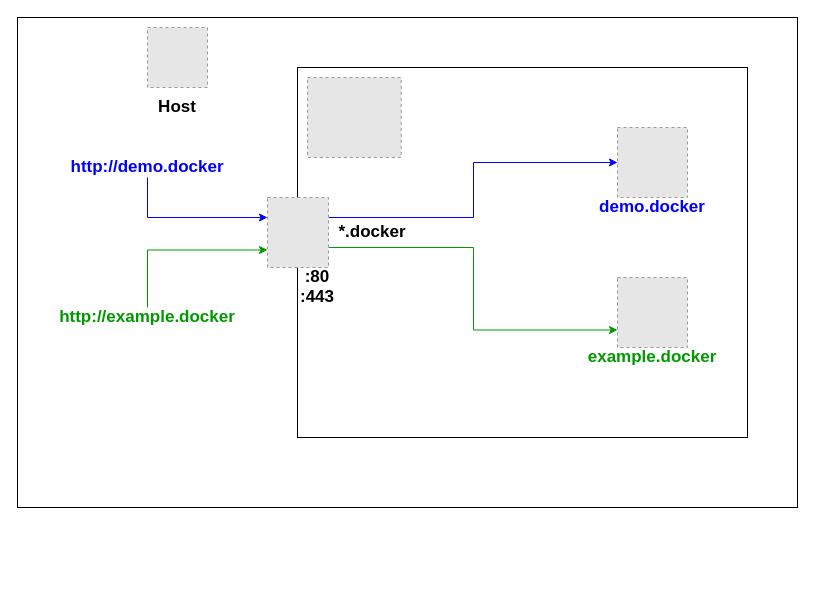
This is images/dns.drawio from adiamante/devutils, a draw.io file, before an edit. Source tidied: cells renumbered, new cells numbered last; positions are measured from the earlier drawing's top-left corner, leaving out a move shared by most shapes. Both pictures are drawn from the tidied source at 100%, with x=0, y=0 at pixel (17, 17). Pictures stored in the file or linked from it are replaced by grey dashed boxes.
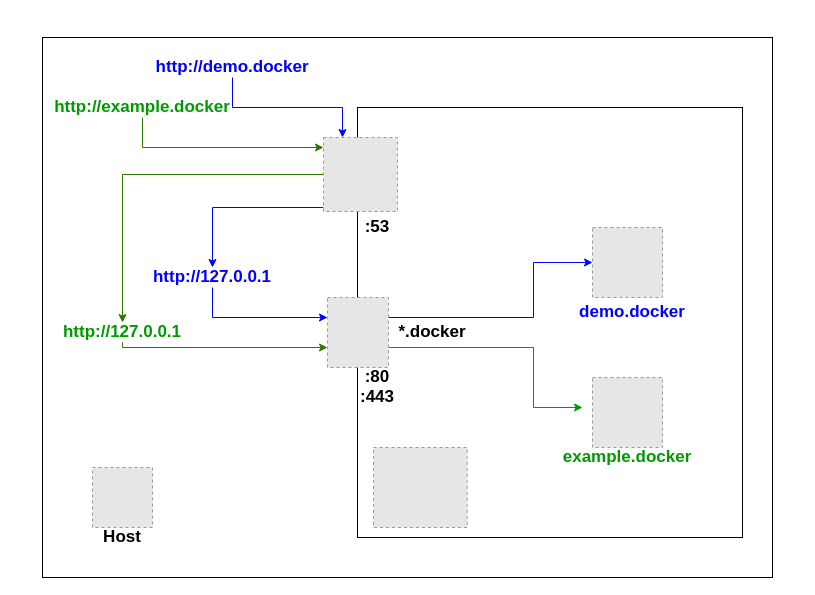
The same diagram, later.

The edit, as a diff of the source:
```diff
@@
     <mxCell id="2" style="rounded=0;whiteSpace=wrap;html=1;fillColor=none;fontColor=#000000;" parent="1" vertex="1">
-      <mxGeometry width="780" height="490" as="geometry" />
+      <mxGeometry x="25" y="20" width="730" height="540" as="geometry" />
     </mxCell>
     <mxCell id="3" style="rounded=0;whiteSpace=wrap;html=1;fillColor=none;fontColor=#000000;" parent="1" vertex="1">
-      <mxGeometry x="280" y="50" width="450" height="370" as="geometry" />
+      <mxGeometry x="340" y="90" width="385" height="430" as="geometry" />
     </mxCell>
     <mxCell id="4" style="fillColor=#E6E6E6;strokeColor=#999999;dashed=1;verticalLabelPosition=bottom;labelBackgroundColor=#ffffff;verticalAlign=top;" parent="1" vertex="1">
-      <mxGeometry x="290" y="60" width="93.7" height="80" as="geometry" />
+      <mxGeometry x="356" y="430" width="93.7" height="80" as="geometry" />
     </mxCell>
     <mxCell id="5" style="fillColor=#E6E6E6;strokeColor=#999999;dashed=1;verticalLabelPosition=bottom;labelBackgroundColor=#ffffff;verticalAlign=top;" parent="1" vertex="1">
-      <mxGeometry x="130" y="10" width="60" height="60" as="geometry" />
+      <mxGeometry x="75" y="450" width="60" height="60" as="geometry" />
     </mxCell>
     <mxCell id="6" value="&lt;b style=&quot;font-size: 17px;&quot;&gt;Host&lt;/b&gt;" style="text;html=1;strokeColor=none;fillColor=none;align=center;verticalAlign=middle;whiteSpace=wrap;rounded=0;fontSize=17;fontColor=#000000;" parent="1" vertex="1">
-      <mxGeometry x="140" y="80" width="40" height="20" as="geometry" />
+      <mxGeometry x="85" y="510" width="40" height="20" as="geometry" />
     </mxCell>
     <mxCell id="7" style="fillColor=#E6E6E6;strokeColor=#999999;dashed=1;verticalLabelPosition=bottom;labelBackgroundColor=#ffffff;verticalAlign=top;" parent="1" vertex="1">
-      <mxGeometry x="600" y="260" width="70" height="70" as="geometry" />
+      <mxGeometry x="575" y="360" width="70" height="70" as="geometry" />
     </mxCell>
     <mxCell id="8" value="&lt;b style=&quot;font-size: 17px&quot;&gt;example.docker&lt;/b&gt;" style="text;html=1;strokeColor=none;fillColor=none;align=center;verticalAlign=middle;whiteSpace=wrap;rounded=0;fontSize=17;fontColor=#009900;" parent="1" vertex="1">
-      <mxGeometry x="615" y="330" width="40" height="20" as="geometry" />
+      <mxGeometry x="590" y="430" width="40" height="20" as="geometry" />
     </mxCell>
     <mxCell id="9" style="fillColor=#E6E6E6;strokeColor=#999999;dashed=1;verticalLabelPosition=bottom;labelBackgroundColor=#ffffff;verticalAlign=top;" parent="1" vertex="1">
-      <mxGeometry x="600" y="110" width="70" height="70" as="geometry" />
+      <mxGeometry x="575" y="210" width="70" height="70" as="geometry" />
     </mxCell>
     <mxCell id="10" value="&lt;b style=&quot;font-size: 17px&quot;&gt;demo.docker&lt;/b&gt;" style="text;html=1;strokeColor=none;fillColor=none;align=center;verticalAlign=middle;whiteSpace=wrap;rounded=0;fontSize=17;fontColor=#0000FF;" parent="1" vertex="1">
-      <mxGeometry x="615" y="180" width="40" height="20" as="geometry" />
+      <mxGeometry x="595" y="285" width="40" height="20" as="geometry" />
     </mxCell>
     <mxCell id="11" value="&lt;b style=&quot;font-size: 17px&quot;&gt;:80&lt;/b&gt;" style="text;html=1;strokeColor=none;fillColor=none;align=center;verticalAlign=middle;whiteSpace=wrap;rounded=0;fontSize=17;fontColor=#000000;" parent="1" vertex="1">
-      <mxGeometry x="280" y="250" width="40" height="20" as="geometry" />
+      <mxGeometry x="340" y="350" width="40" height="20" as="geometry" />
     </mxCell>
     <mxCell id="12" style="edgeStyle=orthogonalEdgeStyle;rounded=0;jettySize=auto;html=1;fontSize=17;fontColor=#FFFFFF;strokeColor=#0000FF;" parent="1" edge="1" source="14" target="9">
       <mxGeometry relative="1" as="geometry">
         <Array as="points">
-          <mxPoint x="456" y="200" />
-          <mxPoint x="456" y="145" />
+          <mxPoint x="516" y="300" />
+          <mxPoint x="516" y="245" />
         </Array>
       </mxGeometry>
     </mxCell>
-    <mxCell id="13" style="edgeStyle=orthogonalEdgeStyle;rounded=0;jettySize=auto;html=1;entryX=0;entryY=0.75;entryDx=0;entryDy=0;fontSize=17;fontColor=#FFFFFF;strokeColor=#009900;" parent="1" edge="1" source="14" target="7">
+    <mxCell id="13" style="edgeStyle=orthogonalEdgeStyle;rounded=0;jettySize=auto;html=1;fontSize=17;fontColor=#FFFFFF;strokeColor=#009900;" parent="1" edge="1" source="14">
       <mxGeometry relative="1" as="geometry">
+        <mxPoint x="565" y="390" as="targetPoint" />
         <Array as="points">
-          <mxPoint x="456" y="230" />
-          <mxPoint x="456" y="312" />
+          <mxPoint x="516" y="330" />
+          <mxPoint x="516" y="390" />
+          <mxPoint x="565" y="390" />
         </Array>
       </mxGeometry>
     </mxCell>
     <mxCell id="14" style="fillColor=#E6E6E6;strokeColor=#999999;dashed=1;verticalLabelPosition=bottom;labelBackgroundColor=#ffffff;verticalAlign=top;" parent="1" vertex="1">
-      <mxGeometry x="250" y="180" width="61" height="70" as="geometry" />
+      <mxGeometry x="310" y="280" width="61" height="70" as="geometry" />
     </mxCell>
     <mxCell id="15" value="&lt;b style=&quot;font-size: 17px&quot;&gt;:443&lt;/b&gt;" style="text;html=1;strokeColor=none;fillColor=none;align=center;verticalAlign=middle;whiteSpace=wrap;rounded=0;fontSize=17;fontColor=#000000;" parent="1" vertex="1">
-      <mxGeometry x="280" y="270" width="40" height="20" as="geometry" />
+      <mxGeometry x="340" y="370" width="40" height="20" as="geometry" />
     </mxCell>
-    <mxCell id="16" style="edgeStyle=orthogonalEdgeStyle;rounded=0;jettySize=auto;html=1;fontSize=17;fontColor=#FFFFFF;strokeColor=#0000FF;" parent="1" edge="1" source="17" target="14">
-      <mxGeometry relative="1" as="geometry">
-        <Array as="points">
-          <mxPoint x="130" y="200" />
-        </Array>
-      </mxGeometry>
-    </mxCell>
+    <mxCell id="21" style="edgeStyle=orthogonalEdgeStyle;rounded=0;jettySize=auto;html=1;fontColor=#0000FF;strokeColor=#0000FF;" parent="1" edge="1" source="17" target="25">
+      <mxGeometry relative="1" as="geometry">
+        <Array as="points">
+          <mxPoint x="215" y="90" />
+          <mxPoint x="325" y="90" />
+        </Array>
+      </mxGeometry>
+    </mxCell>
     <mxCell id="17" value="&lt;b style=&quot;font-size: 17px&quot;&gt;http://demo.docker&lt;/b&gt;" style="text;html=1;strokeColor=none;fillColor=none;align=center;verticalAlign=middle;whiteSpace=wrap;rounded=0;fontSize=17;fontColor=#0000FF;" parent="1" vertex="1">
-      <mxGeometry x="110" y="140" width="40" height="20" as="geometry" />
+      <mxGeometry x="195" y="40" width="40" height="20" as="geometry" />
     </mxCell>
-    <mxCell id="18" style="edgeStyle=orthogonalEdgeStyle;rounded=0;jettySize=auto;html=1;fontSize=17;fontColor=#FFFFFF;entryX=0;entryY=0.75;entryDx=0;entryDy=0;strokeColor=#009900;" parent="1" edge="1" source="19" target="14">
-      <mxGeometry relative="1" as="geometry">
-        <Array as="points">
-          <mxPoint x="130" y="233" />
-        </Array>
-      </mxGeometry>
-    </mxCell>
+    <mxCell id="22" style="edgeStyle=orthogonalEdgeStyle;rounded=0;jettySize=auto;html=1;fontColor=#009900;fillColor=#60a917;strokeColor=#2D7600;" parent="1" edge="1" source="19" target="25">
+      <mxGeometry relative="1" as="geometry">
+        <Array as="points">
+          <mxPoint x="125" y="130" />
+        </Array>
+      </mxGeometry>
+    </mxCell>
     <mxCell id="19" value="&lt;b style=&quot;font-size: 17px&quot;&gt;http://example.docker&lt;/b&gt;" style="text;html=1;strokeColor=none;fillColor=none;align=center;verticalAlign=middle;whiteSpace=wrap;rounded=0;fontSize=17;fontColor=#009900;" parent="1" vertex="1">
-      <mxGeometry x="110" y="290" width="40" height="20" as="geometry" />
+      <mxGeometry x="105" y="80" width="40" height="20" as="geometry" />
     </mxCell>
     <mxCell id="20" value="&lt;b style=&quot;font-size: 17px&quot;&gt;*.docker&lt;/b&gt;" style="text;html=1;strokeColor=none;fillColor=none;align=center;verticalAlign=middle;whiteSpace=wrap;rounded=0;fontSize=17;fontColor=#000000;" parent="1" vertex="1">
-      <mxGeometry x="335" y="205" width="40" height="20" as="geometry" />
+      <mxGeometry x="395" y="305" width="40" height="20" as="geometry" />
     </mxCell>
+    <mxCell id="23" style="edgeStyle=orthogonalEdgeStyle;rounded=0;jettySize=auto;html=1;fontColor=#000000;strokeColor=#0000FF;" parent="1" edge="1" source="25" target="30">
+      <mxGeometry relative="1" as="geometry">
+        <Array as="points">
+          <mxPoint x="195" y="190" />
+        </Array>
+      </mxGeometry>
+    </mxCell>
+    <mxCell id="24" style="edgeStyle=orthogonalEdgeStyle;rounded=0;jettySize=auto;html=1;fontColor=#0000FF;fillColor=#60a917;strokeColor=#2D7600;" parent="1" edge="1" source="25" target="28">
+      <mxGeometry relative="1" as="geometry" />
+    </mxCell>
+    <mxCell id="25" style="fillColor=#E6E6E6;strokeColor=#999999;dashed=1;verticalLabelPosition=bottom;labelBackgroundColor=#ffffff;verticalAlign=top;" parent="1" vertex="1">
+      <mxGeometry x="306" y="120" width="74" height="74" as="geometry" />
+    </mxCell>
+    <mxCell id="26" value="&lt;b style=&quot;font-size: 17px&quot;&gt;:53&lt;/b&gt;" style="text;html=1;strokeColor=none;fillColor=none;align=center;verticalAlign=middle;whiteSpace=wrap;rounded=0;fontSize=17;fontColor=#000000;" parent="1" vertex="1">
+      <mxGeometry x="340" y="200" width="40" height="20" as="geometry" />
+    </mxCell>
+    <mxCell id="27" style="edgeStyle=orthogonalEdgeStyle;rounded=0;jettySize=auto;html=1;fontColor=#0000FF;fillColor=#60a917;strokeColor=#2D7600;" parent="1" edge="1" source="28" target="14">
+      <mxGeometry relative="1" as="geometry">
+        <Array as="points">
+          <mxPoint x="105" y="330" />
+        </Array>
+      </mxGeometry>
+    </mxCell>
+    <mxCell id="28" value="&lt;b&gt;http://127.0.0.1&lt;/b&gt;" style="text;html=1;strokeColor=none;fillColor=none;align=center;verticalAlign=middle;whiteSpace=wrap;rounded=0;fontSize=17;fontColor=#009900;" parent="1" vertex="1">
+      <mxGeometry x="85" y="305" width="40" height="20" as="geometry" />
+    </mxCell>
+    <mxCell id="29" style="edgeStyle=orthogonalEdgeStyle;rounded=0;jettySize=auto;html=1;fontColor=#0000FF;strokeColor=#0000FF;" parent="1" edge="1" source="30" target="14">
+      <mxGeometry relative="1" as="geometry">
+        <Array as="points">
+          <mxPoint x="195" y="300" />
+        </Array>
+      </mxGeometry>
+    </mxCell>
+    <mxCell id="30" value="&lt;b&gt;http://127.0.0.1&lt;/b&gt;" style="text;html=1;strokeColor=none;fillColor=none;align=center;verticalAlign=middle;whiteSpace=wrap;rounded=0;fontSize=17;fontColor=#0000FF;" parent="1" vertex="1">
+      <mxGeometry x="175" y="250" width="40" height="20" as="geometry" />
+    </mxCell>
```
